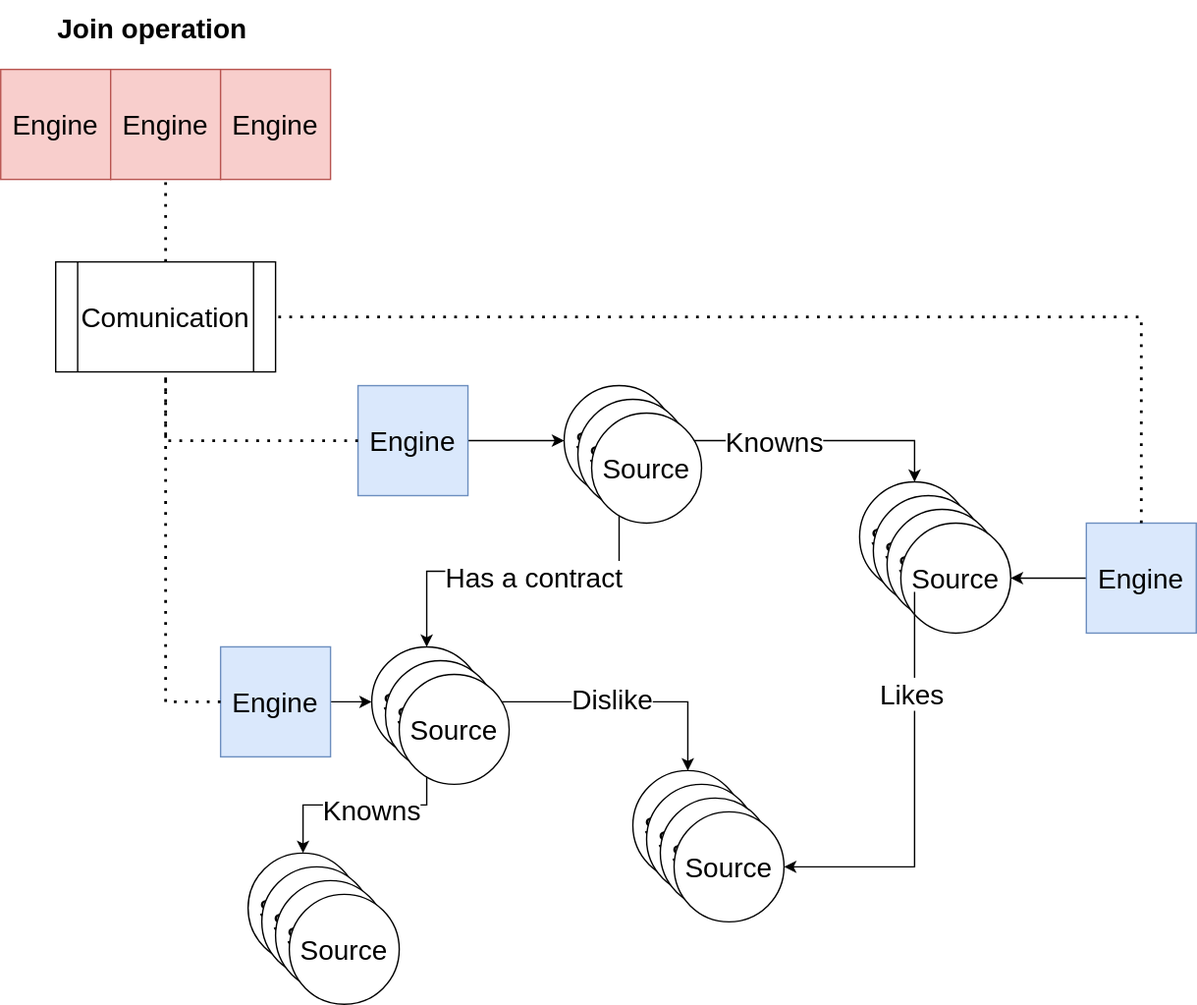
Above: images/division_labor.svg in constraintAutomaton/presentation-iswc-2023-doctoral-consortium-collaboravite-engine (draw.io), before the change. Source tidied: cells renumbered, new cells last; positions are measured from the earlier drawing's top-left corner, leaving out a move shared by most shapes.
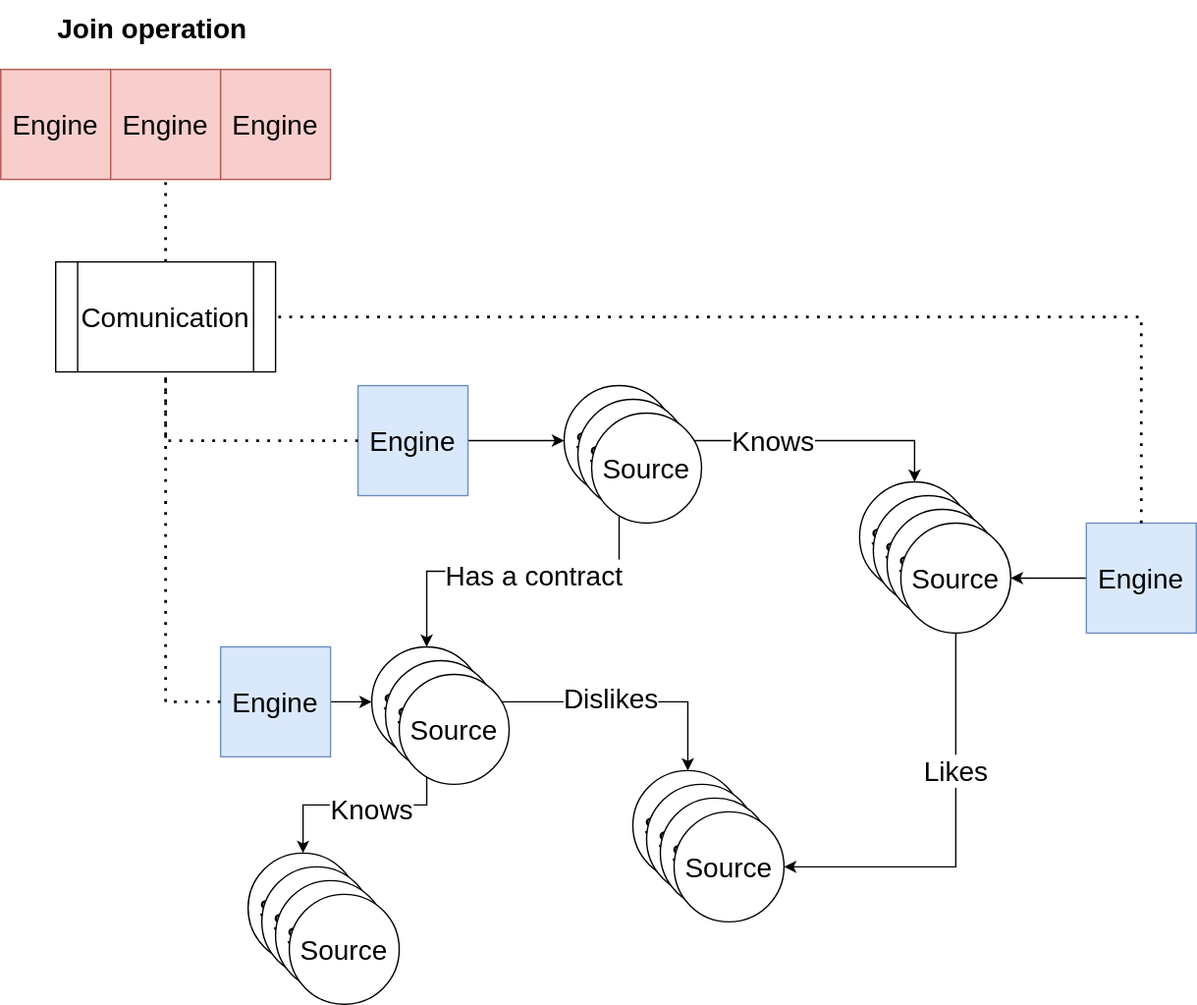
Later version of the same file.

What changed in the source:
```diff
@@ -8,7 +8,7 @@
     <mxCell id="3" style="edgeStyle=orthogonalEdgeStyle;rounded=0;jettySize=auto;html=1;entryX=0.5;entryY=0;entryDx=0;entryDy=0;" parent="1" edge="1" source="5" target="9">
       <mxGeometry relative="1" as="geometry" />
     </mxCell>
-    <mxCell id="4" value="&lt;font style=&quot;font-size: 20px;&quot;&gt;Knowns&lt;/font&gt;" style="edgeLabel;html=1;align=center;verticalAlign=middle;" parent="3" vertex="1">
+    <mxCell id="4" value="&lt;font style=&quot;font-size: 20px;&quot;&gt;Knows&lt;/font&gt;" style="edgeLabel;html=1;align=center;verticalAlign=middle;" parent="3" vertex="1">
       <mxGeometry x="-0.47" relative="1" as="geometry">
         <mxPoint x="18" as="offset" />
       </mxGeometry>
@@ -43,7 +43,7 @@
     <mxCell id="14" value="Text" style="edgeLabel;html=1;align=center;verticalAlign=middle;" parent="13" vertex="1">
       <mxGeometry x="-0.02" y="1" relative="1" as="geometry" />
     </mxCell>
-    <mxCell id="15" value="&lt;font style=&quot;font-size: 20px;&quot;&gt;Dislike&lt;/font&gt;" style="edgeLabel;html=1;align=center;verticalAlign=middle;" parent="13" vertex="1">
+    <mxCell id="15" value="&lt;font style=&quot;font-size: 20px;&quot;&gt;Dislikes&lt;/font&gt;" style="edgeLabel;html=1;align=center;verticalAlign=middle;" parent="13" vertex="1">
       <mxGeometry x="-0.06" y="3" relative="1" as="geometry" />
     </mxCell>
     <mxCell id="16" style="edgeStyle=orthogonalEdgeStyle;rounded=0;jettySize=auto;html=1;exitX=0.5;exitY=1;exitDx=0;exitDy=0;" parent="1" edge="1" source="6" target="8">
@@ -52,7 +52,7 @@
     <mxCell id="17" value="Text" style="edgeLabel;html=1;align=center;verticalAlign=middle;" parent="16" vertex="1">
       <mxGeometry x="-0.02" y="1" relative="1" as="geometry" />
     </mxCell>
-    <mxCell id="18" value="&lt;font style=&quot;font-size: 20px;&quot;&gt;Knowns&lt;/font&gt;" style="edgeLabel;html=1;align=center;verticalAlign=middle;" parent="16" vertex="1">
+    <mxCell id="18" value="&lt;font style=&quot;font-size: 20px;&quot;&gt;Knows&lt;/font&gt;" style="edgeLabel;html=1;align=center;verticalAlign=middle;" parent="16" vertex="1">
       <mxGeometry x="-0.06" y="3" relative="1" as="geometry" />
     </mxCell>
     <mxCell id="19" style="edgeStyle=orthogonalEdgeStyle;rounded=0;jettySize=auto;html=1;entryX=0;entryY=0.5;entryDx=0;entryDy=0;" parent="1" edge="1" source="20" target="6">
@@ -149,16 +149,16 @@
     <mxCell id="45" value="&lt;font style=&quot;font-size: 20px;&quot;&gt;Source&lt;/font&gt;" style="ellipse;whiteSpace=wrap;html=1;" parent="1" vertex="1">
       <mxGeometry x="430" y="300" width="80" height="80" as="geometry" />
     </mxCell>
-    <mxCell id="46" style="edgeStyle=orthogonalEdgeStyle;rounded=0;jettySize=auto;html=1;entryX=1;entryY=0.5;entryDx=0;entryDy=0;" parent="1" edge="1" source="9" target="40">
+    <mxCell id="46" style="edgeStyle=orthogonalEdgeStyle;rounded=0;jettySize=auto;html=1;entryX=1;entryY=0.5;entryDx=0;entryDy=0;exitX=0.5;exitY=1;exitDx=0;exitDy=0;" parent="1" edge="1" source="43" target="40">
       <mxGeometry relative="1" as="geometry">
         <Array as="points">
-          <mxPoint x="665" y="630" />
+          <mxPoint x="695" y="630" />
         </Array>
       </mxGeometry>
     </mxCell>
     <mxCell id="47" value="&lt;span style=&quot;font-size: 20px;&quot;&gt;Likes&lt;br&gt;&lt;/span&gt;" style="edgeLabel;html=1;align=center;verticalAlign=middle;" parent="46" vertex="1">
       <mxGeometry x="-0.5" y="-3" relative="1" as="geometry">
-        <mxPoint y="-1" as="offset" />
+        <mxPoint x="3" y="27" as="offset" />
       </mxGeometry>
     </mxCell>
   </root>
```
